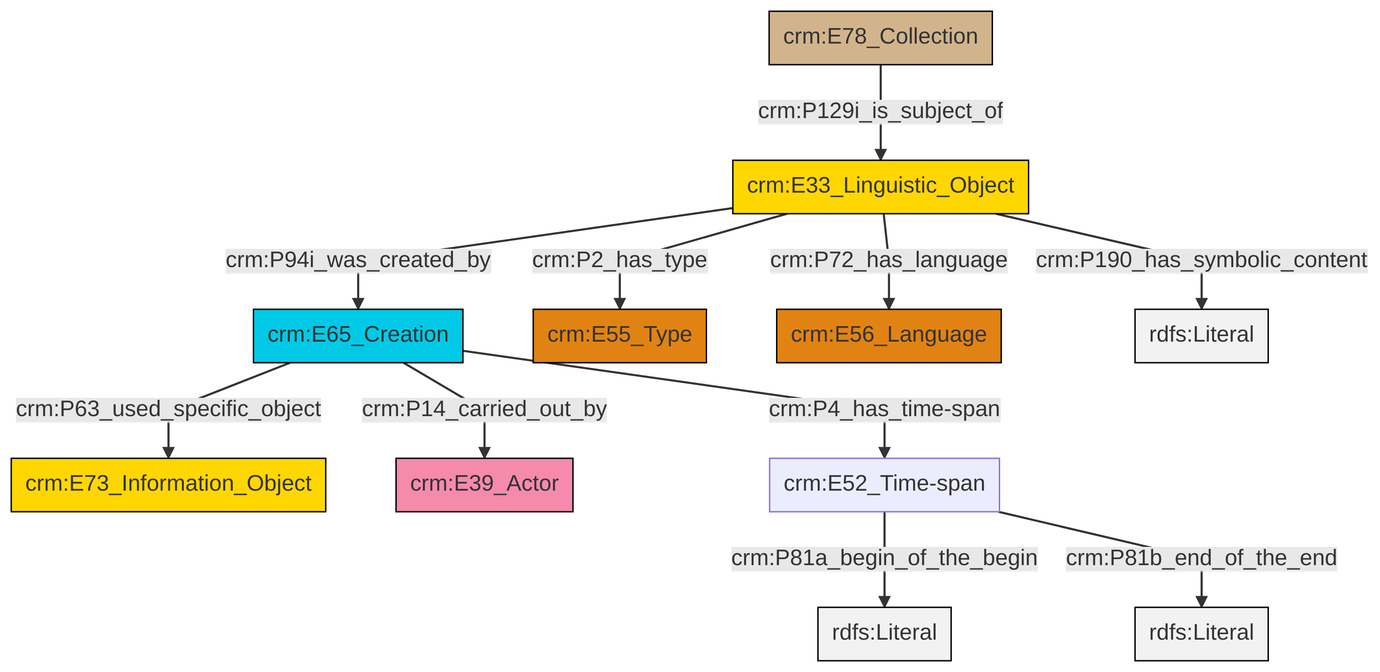
The Mermaid diagram et/archivalCSV/ttl/mmd/png/archival_desc.png in swiss-art-research-net/docs.swissartresearch, before a commit. Its source is kept beside it as et/archivalCSV/ttl/mmd/archival_desc.ttl.mmd. Source of this version:
```mermaid
graph TD
classDef Literal fill:#f2f2f2,stroke:#000000;
classDef CRM_Entity fill:#FFFFFF,stroke:#000000;
classDef Temporal_Entity fill:#00C9E6, stroke:#000000;
classDef Type fill:#E18312, stroke:#000000;
classDef Time-Span fill:#2C9C91, stroke:#000000;
classDef Appellation fill:#FFEB7F, stroke:#000000;
classDef Place fill:#008836, stroke:#000000;
classDef Persistent_Item fill:#B266B2, stroke:#000000;
classDef Conceptual_Object fill:#FFD700, stroke:#000000;
classDef Physical_Thing fill:#D2B48C, stroke:#000000;
classDef Actor fill:#f58aad, stroke:#000000;
classDef PC_Classes fill:#4ce600, stroke:#000000;
classDef Multi fill:#cccccc,stroke:#000000;

0["crm:E65_Creation"]:::Temporal_Entity -->|crm:P63_used_specific_object| 1["crm:E73_Information_Object"]:::Conceptual_Object
4["crm:E33_Linguistic_Object"]:::Conceptual_Object -->|crm:P2_has_type| 5["crm:E55_Type"]:::Type
4["crm:E33_Linguistic_Object"]:::Conceptual_Object -->|crm:P72_has_language| 6["crm:E56_Language"]:::Type
4["crm:E33_Linguistic_Object"]:::Conceptual_Object -->|crm:P190_has_symbolic_content| 9[rdfs:Literal]:::Literal
0["crm:E65_Creation"]:::Temporal_Entity -->|crm:P4_has_time-span| 10["crm:E52_Time-span"]:::Default
4["crm:E33_Linguistic_Object"]:::Conceptual_Object -->|crm:P94i_was_created_by| 0["crm:E65_Creation"]:::Temporal_Entity
10["crm:E52_Time-span"]:::Default -->|crm:P81a_begin_of_the_begin| 14[rdfs:Literal]:::Literal
0["crm:E65_Creation"]:::Temporal_Entity -->|crm:P14_carried_out_by| 2["crm:E39_Actor"]:::Actor
7["crm:E78_Collection"]:::Physical_Thing -->|crm:P129i_is_subject_of| 4["crm:E33_Linguistic_Object"]:::Conceptual_Object
10["crm:E52_Time-span"]:::Default -->|crm:P81b_end_of_the_end| 18[rdfs:Literal]:::Literal
```
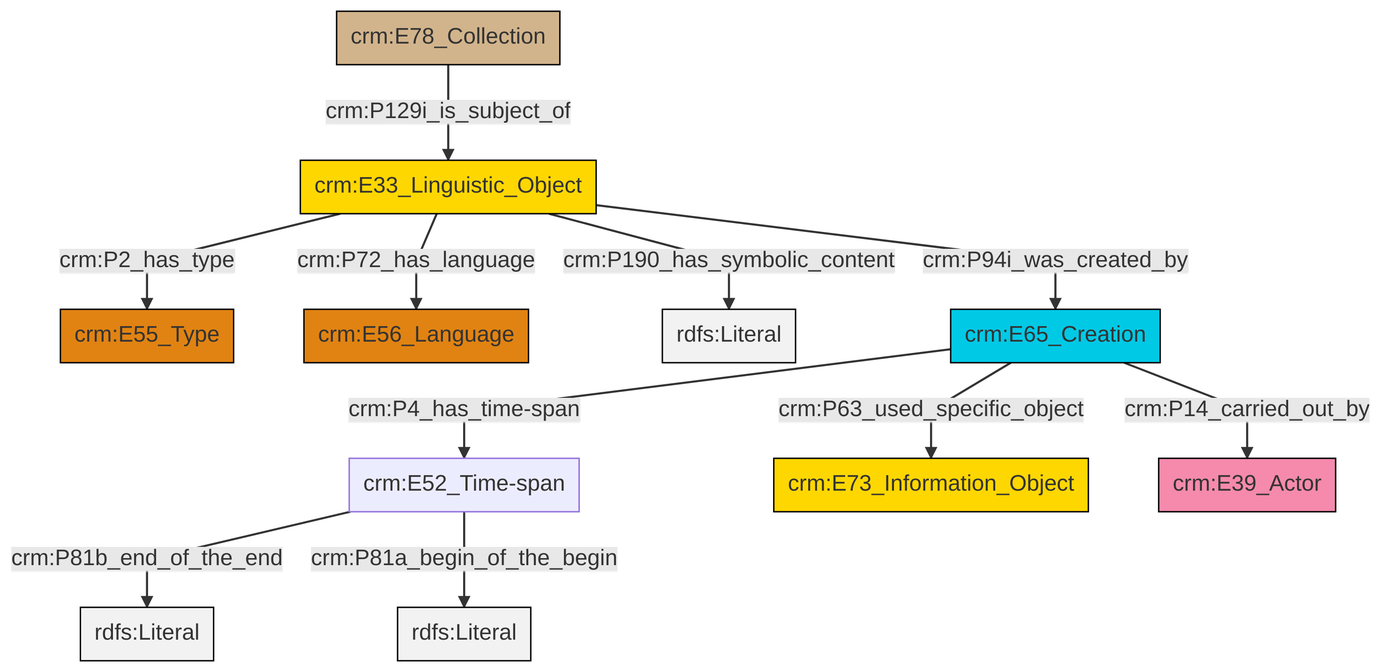
After the change.

The edit, as a diff of the source:
```diff
@@ -13,13 +13,13 @@
 classDef PC_Classes fill:#4ce600, stroke:#000000;
 classDef Multi fill:#cccccc,stroke:#000000;
 
-0["crm:E65_Creation"]:::Temporal_Entity -->|crm:P63_used_specific_object| 1["crm:E73_Information_Object"]:::Conceptual_Object
-4["crm:E33_Linguistic_Object"]:::Conceptual_Object -->|crm:P2_has_type| 5["crm:E55_Type"]:::Type
-4["crm:E33_Linguistic_Object"]:::Conceptual_Object -->|crm:P72_has_language| 6["crm:E56_Language"]:::Type
-4["crm:E33_Linguistic_Object"]:::Conceptual_Object -->|crm:P190_has_symbolic_content| 9[rdfs:Literal]:::Literal
-0["crm:E65_Creation"]:::Temporal_Entity -->|crm:P4_has_time-span| 10["crm:E52_Time-span"]:::Default
-4["crm:E33_Linguistic_Object"]:::Conceptual_Object -->|crm:P94i_was_created_by| 0["crm:E65_Creation"]:::Temporal_Entity
-10["crm:E52_Time-span"]:::Default -->|crm:P81a_begin_of_the_begin| 14[rdfs:Literal]:::Literal
-0["crm:E65_Creation"]:::Temporal_Entity -->|crm:P14_carried_out_by| 2["crm:E39_Actor"]:::Actor
-7["crm:E78_Collection"]:::Physical_Thing -->|crm:P129i_is_subject_of| 4["crm:E33_Linguistic_Object"]:::Conceptual_Object
-10["crm:E52_Time-span"]:::Default -->|crm:P81b_end_of_the_end| 18[rdfs:Literal]:::Literal
+0["crm:E78_Collection"]:::Physical_Thing -->|crm:P129i_is_subject_of| 2["crm:E33_Linguistic_Object"]:::Conceptual_Object
+2["crm:E33_Linguistic_Object"]:::Conceptual_Object -->|crm:P2_has_type| 7["crm:E55_Type"]:::Type
+3["crm:E52_Time-span"]:::Default -->|crm:P81b_end_of_the_end| 11[rdfs:Literal]:::Literal
+2["crm:E33_Linguistic_Object"]:::Conceptual_Object -->|crm:P72_has_language| 12["crm:E56_Language"]:::Type
+2["crm:E33_Linguistic_Object"]:::Conceptual_Object -->|crm:P190_has_symbolic_content| 14[rdfs:Literal]:::Literal
+15["crm:E65_Creation"]:::Temporal_Entity -->|crm:P14_carried_out_by| 9["crm:E39_Actor"]:::Actor
+3["crm:E52_Time-span"]:::Default -->|crm:P81a_begin_of_the_begin| 17[rdfs:Literal]:::Literal
+2["crm:E33_Linguistic_Object"]:::Conceptual_Object -->|crm:P94i_was_created_by| 15["crm:E65_Creation"]:::Temporal_Entity
+15["crm:E65_Creation"]:::Temporal_Entity -->|crm:P4_has_time-span| 3["crm:E52_Time-span"]:::Default
+15["crm:E65_Creation"]:::Temporal_Entity -->|crm:P63_used_specific_object| 5["crm:E73_Information_Object"]:::Conceptual_Object
```
